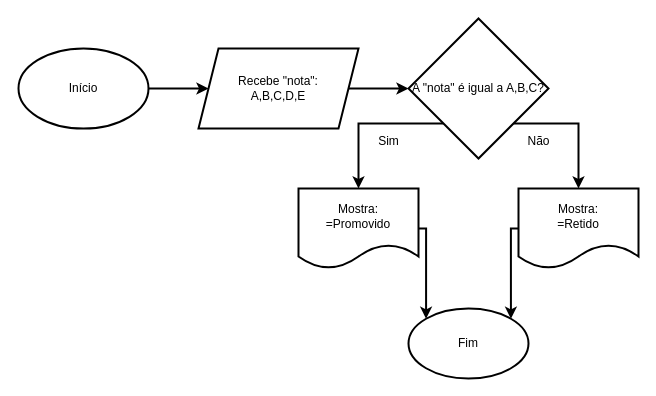
Mateus-FerrariF/L-gicaPrograma-aoMateus.ferrari keeps this draw.io diagram as Aulas/RetidoAprovado.drawio. Above is the earlier version. Source tidied: cells renumbered, new cells numbered last; positions are measured from the earlier drawing's top-left corner, leaving out a move shared by most shapes. Both pictures are drawn from the tidied source at 100%, with x=0, y=0 at pixel (18, 18).
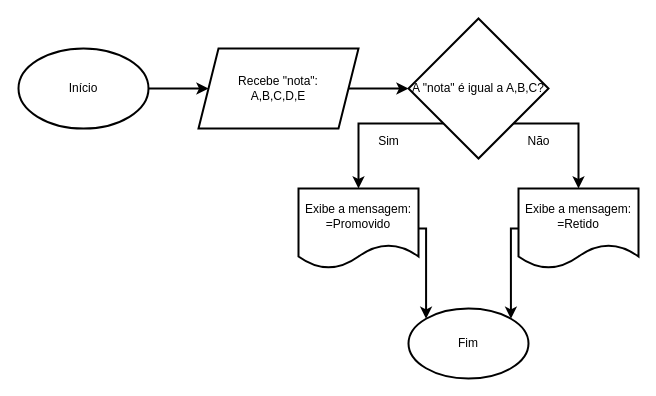
The same page after the edit.

Diff of the diagram source:
```diff
@@
-    <mxCell id="10" value="&lt;div&gt;Mostra:&lt;/div&gt;=Promovido" style="shape=document;whiteSpace=wrap;html=1;boundedLbl=1;strokeWidth=2;" parent="1" vertex="1">
+    <mxCell id="10" value="&lt;div&gt;Exibe a mensagem:&lt;/div&gt;=Promovido" style="shape=document;whiteSpace=wrap;html=1;boundedLbl=1;strokeWidth=2;" parent="1" vertex="1">
       <mxGeometry x="280" y="170" width="120" height="80" as="geometry" />
     </mxCell>
@@
-    <mxCell id="12" value="&lt;div&gt;Mostra:&lt;/div&gt;=Retido" style="shape=document;whiteSpace=wrap;html=1;boundedLbl=1;strokeWidth=2;" parent="1" vertex="1">
+    <mxCell id="12" value="&lt;div&gt;Exibe a mensagem:&lt;/div&gt;=Retido" style="shape=document;whiteSpace=wrap;html=1;boundedLbl=1;strokeWidth=2;" parent="1" vertex="1">
       <mxGeometry x="500" y="170" width="120" height="80" as="geometry" />
     </mxCell>
```
